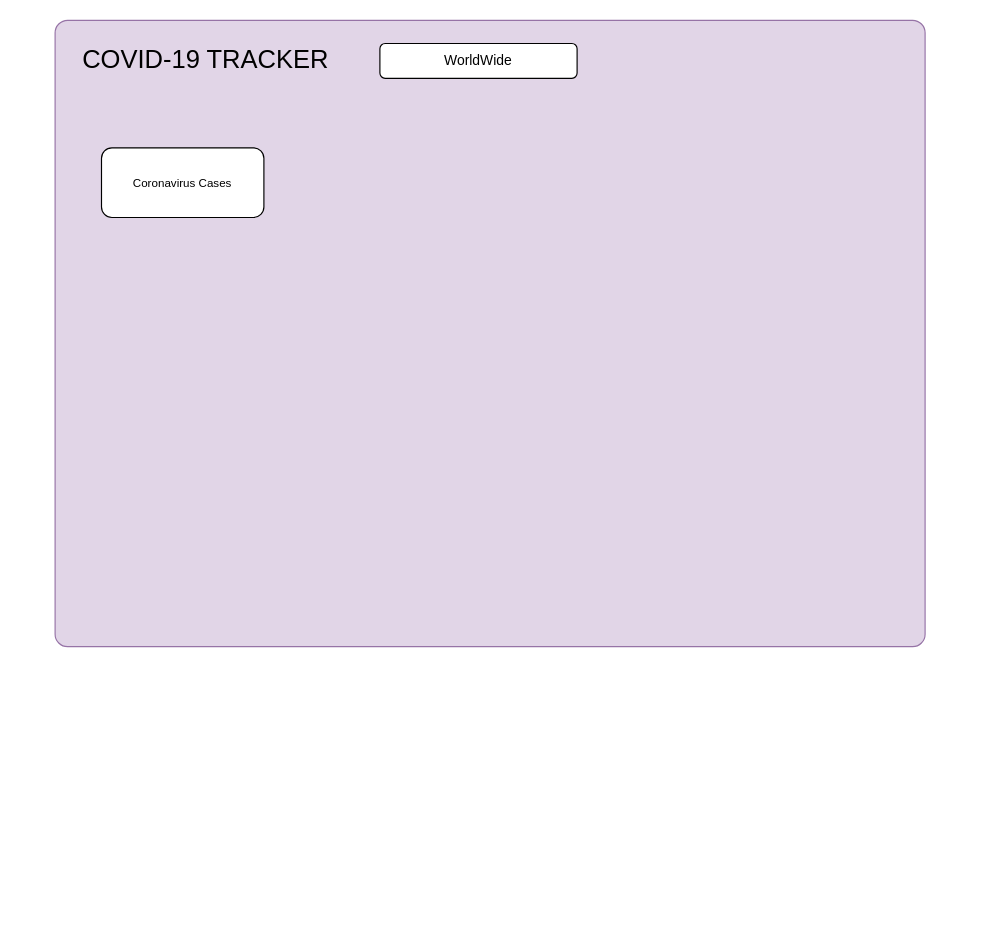
Before: Untitled Diagram.drawio in AngelaJ34/COVID-19-Tracker, a draw.io diagram. Source tidied: cells renumbered, new cells numbered last; positions are measured from the earlier drawing's top-left corner, leaving out a move shared by most shapes. Both pictures are drawn from the tidied source at 116%, with x=0, y=0 at pixel (55, 20). Pictures stored in the file or linked from it are replaced by grey dashed boxes.
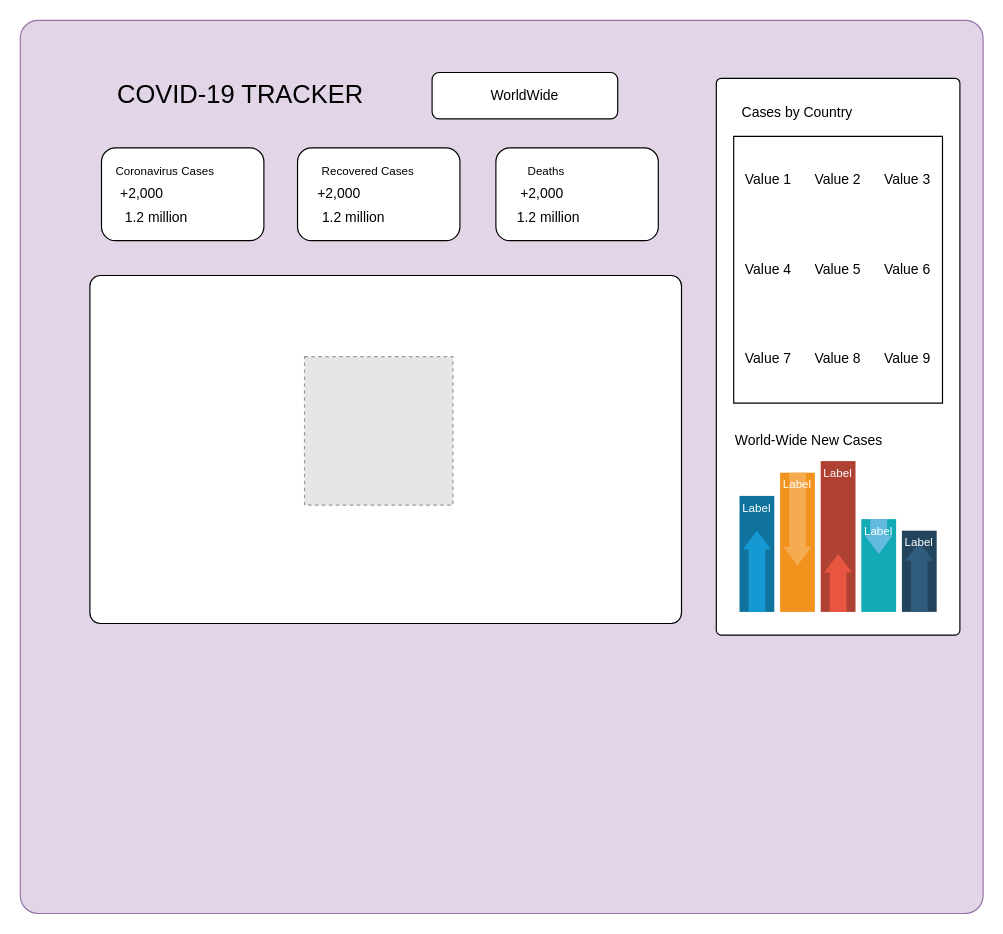
After the change.

Diff of the diagram source:
```diff
@@
     <mxCell id="2" style="rounded=1;whiteSpace=wrap;html=1;arcSize=2;fillColor=#e1d5e7;strokeColor=#9673a6;" parent="1" vertex="1">
-      <mxGeometry width="750" height="540" as="geometry" />
+      <mxGeometry x="-30" width="830" height="770" as="geometry" />
     </mxCell>
     <mxCell id="3" value="&lt;font style=&quot;font-size: 22px&quot;&gt;COVID-19 TRACKER&lt;/font&gt;" style="text;html=1;strokeColor=none;fillColor=none;align=center;verticalAlign=middle;whiteSpace=wrap;rounded=0;" parent="1" vertex="1">
-      <mxGeometry x="10" y="20" width="240" height="30" as="geometry" />
+      <mxGeometry x="40" y="50" width="240" height="30" as="geometry" />
     </mxCell>
     <mxCell id="4" value="WorldWide" style="rounded=1;whiteSpace=wrap;html=1;" parent="1" vertex="1">
-      <mxGeometry x="280" y="20" width="170" height="30" as="geometry" />
+      <mxGeometry x="325" y="45" width="160" height="40" as="geometry" />
     </mxCell>
     <mxCell id="5" style="rounded=1;whiteSpace=wrap;html=1;" parent="1" vertex="1">
-      <mxGeometry x="40" y="110" width="140" height="60" as="geometry" />
+      <mxGeometry x="40" y="110" width="140" height="80" as="geometry" />
     </mxCell>
     <mxCell id="6" value="&lt;font style=&quot;font-size: 10px&quot;&gt;Coronavirus Cases&lt;/font&gt;" style="text;html=1;strokeColor=none;fillColor=none;align=center;verticalAlign=middle;whiteSpace=wrap;rounded=0;" parent="1" vertex="1">
-      <mxGeometry x="55" y="130" width="110" height="20" as="geometry" />
+      <mxGeometry x="40" y="120" width="110" height="20" as="geometry" />
     </mxCell>
+    <mxCell id="7" value="+2,000" style="text;html=1;strokeColor=none;fillColor=none;align=center;verticalAlign=middle;whiteSpace=wrap;rounded=0;" parent="1" vertex="1">
+      <mxGeometry x="55" y="140" width="40" height="20" as="geometry" />
+    </mxCell>
+    <mxCell id="8" value="1.2 million" style="text;html=1;strokeColor=none;fillColor=none;align=center;verticalAlign=middle;whiteSpace=wrap;rounded=0;" parent="1" vertex="1">
+      <mxGeometry x="55" y="160" width="65" height="20" as="geometry" />
+    </mxCell>
+    <mxCell id="9" style="rounded=1;whiteSpace=wrap;html=1;" parent="1" vertex="1">
+      <mxGeometry x="209" y="110" width="140" height="80" as="geometry" />
+    </mxCell>
+    <mxCell id="10" value="&lt;font style=&quot;font-size: 10px&quot;&gt;Recovered Cases&lt;/font&gt;" style="text;html=1;strokeColor=none;fillColor=none;align=center;verticalAlign=middle;whiteSpace=wrap;rounded=0;" parent="1" vertex="1">
+      <mxGeometry x="215" y="120" width="110" height="20" as="geometry" />
+    </mxCell>
+    <mxCell id="11" value="+2,000" style="text;html=1;strokeColor=none;fillColor=none;align=center;verticalAlign=middle;whiteSpace=wrap;rounded=0;" parent="1" vertex="1">
+      <mxGeometry x="225" y="140" width="40" height="20" as="geometry" />
+    </mxCell>
+    <mxCell id="12" value="1.2 million" style="text;html=1;strokeColor=none;fillColor=none;align=center;verticalAlign=middle;whiteSpace=wrap;rounded=0;" parent="1" vertex="1">
+      <mxGeometry x="225" y="160" width="65" height="20" as="geometry" />
+    </mxCell>
+    <mxCell id="13" style="rounded=1;whiteSpace=wrap;html=1;" parent="1" vertex="1">
+      <mxGeometry x="380" y="110" width="140" height="80" as="geometry" />
+    </mxCell>
+    <mxCell id="14" value="&lt;font style=&quot;font-size: 10px&quot;&gt;Deaths&amp;nbsp;&lt;/font&gt;" style="text;html=1;strokeColor=none;fillColor=none;align=center;verticalAlign=middle;whiteSpace=wrap;rounded=0;" parent="1" vertex="1">
+      <mxGeometry x="370" y="120" width="110" height="20" as="geometry" />
+    </mxCell>
+    <mxCell id="15" value="+2,000" style="text;html=1;strokeColor=none;fillColor=none;align=center;verticalAlign=middle;whiteSpace=wrap;rounded=0;" parent="1" vertex="1">
+      <mxGeometry x="400" y="140" width="40" height="20" as="geometry" />
+    </mxCell>
+    <mxCell id="16" value="1.2 million" style="text;html=1;strokeColor=none;fillColor=none;align=center;verticalAlign=middle;whiteSpace=wrap;rounded=0;" parent="1" vertex="1">
+      <mxGeometry x="392.5" y="160" width="65" height="20" as="geometry" />
+    </mxCell>
+    <mxCell id="17" style="rounded=1;whiteSpace=wrap;html=1;arcSize=3;" parent="1" vertex="1">
+      <mxGeometry x="30" y="220" width="510" height="300" as="geometry" />
+    </mxCell>
+    <mxCell id="18" style="fillColor=#E6E6E6;strokeColor=#999999;dashed=1;html=1;verticalAlign=top;verticalLabelPosition=bottom;labelBackgroundColor=#ffffff;" parent="1" vertex="1">
+      <mxGeometry x="215" y="290" width="128" height="128" as="geometry" />
+    </mxCell>
+    <mxCell id="19" style="rounded=1;whiteSpace=wrap;html=1;arcSize=2;" parent="1" vertex="1">
+      <mxGeometry x="570" y="50" width="210" height="480" as="geometry" />
+    </mxCell>
+    <mxCell id="20" value="Cases by Country" style="text;html=1;strokeColor=none;fillColor=none;align=center;verticalAlign=middle;whiteSpace=wrap;rounded=0;" parent="1" vertex="1">
+      <mxGeometry x="580" y="60" width="120" height="40" as="geometry" />
+    </mxCell>
+    <mxCell id="21" value="World-Wide New Cases" style="text;html=1;strokeColor=none;fillColor=none;align=center;verticalAlign=middle;whiteSpace=wrap;rounded=0;" parent="1" vertex="1">
+      <mxGeometry x="580" y="350" width="140" height="25" as="geometry" />
+    </mxCell>
+    <mxCell id="22" style="fillColor=#10739E;strokeColor=none;" parent="1" vertex="1">
+      <mxGeometry x="590" y="410" width="30" height="100" as="geometry" />
+    </mxCell>
+    <mxCell id="23" style="shape=mxgraph.arrows2.arrow;dy=0.4;dx=16;notch=0;direction=north;fillColor=#1699D3;strokeColor=none;" parent="22" vertex="1">
+      <mxGeometry x="3" y="30" width="24" height="70" as="geometry" />
+    </mxCell>
+    <mxCell id="24" value="Label" style="text;html=1;align=center;verticalAlign=middle;whiteSpace=wrap;fontColor=#FFFFFF;fontSize=10;" parent="22" vertex="1">
+      <mxGeometry width="30" height="20" as="geometry" />
+    </mxCell>
+    <mxCell id="25" style="fillColor=#F2931E;strokeColor=none;" parent="1" vertex="1">
+      <mxGeometry x="625" y="390" width="30" height="120" as="geometry" />
+    </mxCell>
+    <mxCell id="26" style="shape=mxgraph.arrows2.arrow;dy=0.4;dx=16;notch=0;direction=south;fillColor=#F5AB50;strokeColor=none;" parent="25" vertex="1">
+      <mxGeometry x="3" width="24" height="80" as="geometry" />
+    </mxCell>
+    <mxCell id="27" value="Label" style="text;html=1;align=center;verticalAlign=middle;whiteSpace=wrap;fontColor=#FFFFFF;fontSize=10;" parent="25" vertex="1">
+      <mxGeometry width="30" height="20" as="geometry" />
+    </mxCell>
+    <mxCell id="28" style="fillColor=#AE4132;strokeColor=none;" parent="1" vertex="1">
+      <mxGeometry x="660" y="380" width="30" height="130" as="geometry" />
+    </mxCell>
+    <mxCell id="29" style="shape=mxgraph.arrows2.arrow;dy=0.4;dx=16;notch=0;direction=north;fillColor=#E85642;strokeColor=none;" parent="28" vertex="1">
+      <mxGeometry x="3" y="80" width="24" height="50" as="geometry" />
+    </mxCell>
+    <mxCell id="30" value="Label" style="text;html=1;align=center;verticalAlign=middle;whiteSpace=wrap;fontColor=#FFFFFF;fontSize=10;" parent="28" vertex="1">
+      <mxGeometry width="30" height="20" as="geometry" />
+    </mxCell>
+    <mxCell id="31" style="fillColor=#12AAB5;strokeColor=none;" parent="1" vertex="1">
+      <mxGeometry x="695" y="430" width="30" height="80" as="geometry" />
+    </mxCell>
+    <mxCell id="32" style="shape=mxgraph.arrows2.arrow;dy=0.4;dx=16;notch=0;direction=south;fillColor=#64BBE2;strokeColor=none;" parent="31" vertex="1">
+      <mxGeometry x="3" width="24" height="30" as="geometry" />
+    </mxCell>
+    <mxCell id="33" value="Label" style="text;html=1;align=center;verticalAlign=middle;whiteSpace=wrap;fontColor=#FFFFFF;fontSize=10;" parent="31" vertex="1">
+      <mxGeometry width="30" height="20" as="geometry" />
+    </mxCell>
+    <mxCell id="34" style="fillColor=#23445D;strokeColor=none;" parent="1" vertex="1">
+      <mxGeometry x="730" y="440" width="30" height="70" as="geometry" />
+    </mxCell>
+    <mxCell id="35" style="shape=mxgraph.arrows2.arrow;dy=0.4;dx=16;notch=0;direction=north;fillColor=#2F5B7C;strokeColor=none;" parent="34" vertex="1">
+      <mxGeometry x="3" y="10" width="24" height="60" as="geometry" />
+    </mxCell>
+    <mxCell id="36" value="Label" style="text;html=1;align=center;verticalAlign=middle;whiteSpace=wrap;fontColor=#FFFFFF;fontSize=10;" parent="34" vertex="1">
+      <mxGeometry width="30" height="20" as="geometry" />
+    </mxCell>
+    <mxCell id="37" style="shape=table;html=1;whiteSpace=wrap;startSize=0;childLayout=tableLayout;columnLines=0;rowLines=0;" parent="1" vertex="1">
+      <mxGeometry x="585" y="100" width="180" height="230" as="geometry" />
+    </mxCell>
+    <mxCell id="38" style="shape=partialRectangle;html=1;whiteSpace=wrap;fillColor=none;top=0;left=0;bottom=0;right=0;" parent="37" vertex="1">
+      <mxGeometry width="180" height="76" as="geometry" />
+    </mxCell>
+    <mxCell id="39" value="Value 1" style="shape=partialRectangle;html=1;whiteSpace=wrap;fillColor=none;top=0;left=0;bottom=0;right=0;overflow=hidden;" parent="38" vertex="1">
+      <mxGeometry width="60" height="76" as="geometry" />
+    </mxCell>
+    <mxCell id="40" value="Value 2" style="shape=partialRectangle;html=1;whiteSpace=wrap;fillColor=none;top=0;left=0;bottom=0;right=0;overflow=hidden;" parent="38" vertex="1">
+      <mxGeometry x="60" width="60" height="76" as="geometry" />
+    </mxCell>
+    <mxCell id="41" value="Value 3" style="shape=partialRectangle;html=1;whiteSpace=wrap;fillColor=none;top=0;left=0;bottom=0;right=0;overflow=hidden;" parent="38" vertex="1">
+      <mxGeometry x="120" width="60" height="76" as="geometry" />
+    </mxCell>
+    <mxCell id="42" style="shape=partialRectangle;html=1;whiteSpace=wrap;fillColor=none;top=0;left=0;bottom=0;right=0;" parent="37" vertex="1">
+      <mxGeometry y="76" width="180" height="78" as="geometry" />
+    </mxCell>
+    <mxCell id="43" value="Value 4" style="shape=partialRectangle;html=1;whiteSpace=wrap;fillColor=none;top=0;left=0;bottom=0;right=0;overflow=hidden;" parent="42" vertex="1">
+      <mxGeometry width="60" height="78" as="geometry" />
+    </mxCell>
+    <mxCell id="44" value="Value 5" style="shape=partialRectangle;html=1;whiteSpace=wrap;fillColor=none;top=0;left=0;bottom=0;right=0;overflow=hidden;" parent="42" vertex="1">
+      <mxGeometry x="60" width="60" height="78" as="geometry" />
+    </mxCell>
+    <mxCell id="45" value="Value 6" style="shape=partialRectangle;html=1;whiteSpace=wrap;fillColor=none;top=0;left=0;bottom=0;right=0;overflow=hidden;" parent="42" vertex="1">
+      <mxGeometry x="120" width="60" height="78" as="geometry" />
+    </mxCell>
+    <mxCell id="46" style="shape=partialRectangle;html=1;whiteSpace=wrap;fillColor=none;top=0;left=0;bottom=0;right=0;" parent="37" vertex="1">
+      <mxGeometry y="154" width="180" height="76" as="geometry" />
+    </mxCell>
+    <mxCell id="47" value="Value 7" style="shape=partialRectangle;html=1;whiteSpace=wrap;fillColor=none;top=0;left=0;bottom=0;right=0;overflow=hidden;" parent="46" vertex="1">
+      <mxGeometry width="60" height="76" as="geometry" />
+    </mxCell>
+    <mxCell id="48" value="Value 8" style="shape=partialRectangle;html=1;whiteSpace=wrap;fillColor=none;top=0;left=0;bottom=0;right=0;overflow=hidden;" parent="46" vertex="1">
+      <mxGeometry x="60" width="60" height="76" as="geometry" />
+    </mxCell>
+    <mxCell id="49" value="Value 9" style="shape=partialRectangle;html=1;whiteSpace=wrap;fillColor=none;top=0;left=0;bottom=0;right=0;overflow=hidden;" parent="46" vertex="1">
+      <mxGeometry x="120" width="60" height="76" as="geometry" />
+    </mxCell>
```
